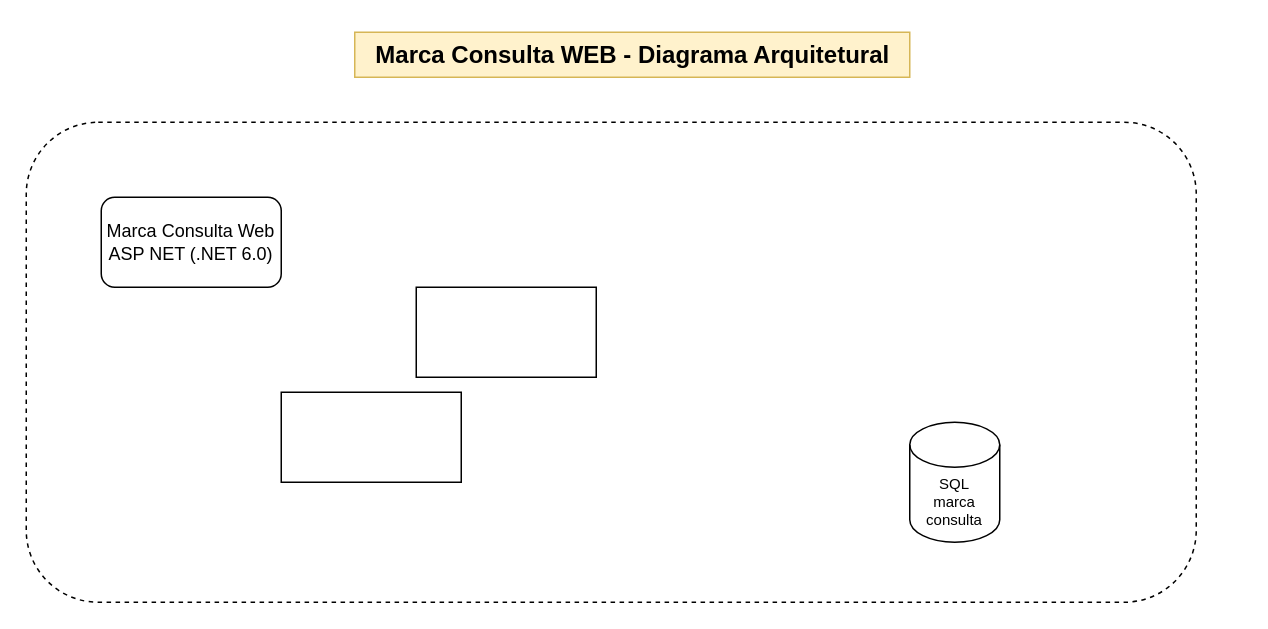
Before: Diagrama sem nome.drawio in everton16/marcaconsulta-web-netcore, a draw.io diagram. Source tidied: cells renumbered, new cells numbered last; positions are measured from the earlier drawing's top-left corner, leaving out a move shared by most shapes. Both pictures are drawn from the tidied source at 150%, with x=0, y=0 at pixel (26, 32).
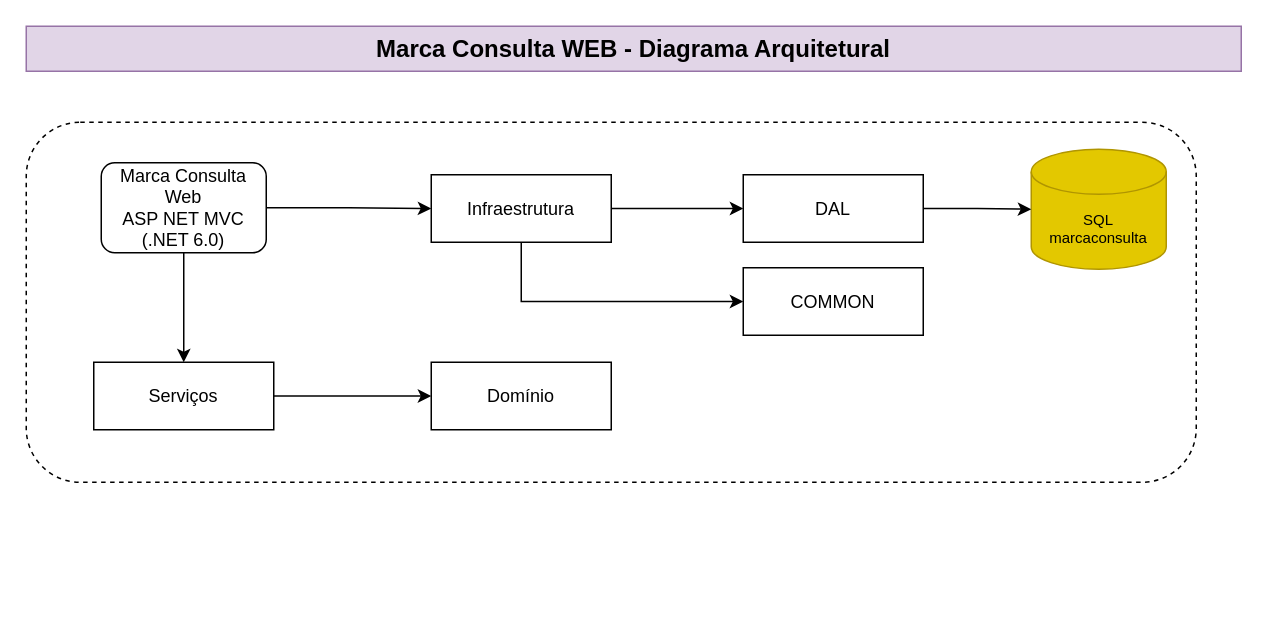
Above is the later version.

Commit message:
Marca Consulta Web - Diagrama Arquitetural

What changed in the source:
```diff
@@
 <mxGraphModel>
   <root>
     <mxCell id="0" />
     <mxCell id="1" parent="0" />
     <mxCell id="2" style="rounded=1;whiteSpace=wrap;html=1;dashed=1;" parent="1" vertex="1">
-      <mxGeometry y="60" width="780" height="320" as="geometry" />
+      <mxGeometry y="60" width="780" height="240" as="geometry" />
     </mxCell>
+    <mxCell id="8" style="edgeStyle=orthogonalEdgeStyle;rounded=0;jettySize=auto;html=1;" parent="1" edge="1" source="3" target="16">
+      <mxGeometry relative="1" as="geometry" />
+    </mxCell>
+    <mxCell id="9" style="edgeStyle=orthogonalEdgeStyle;rounded=0;jettySize=auto;html=1;" parent="1" edge="1" source="3" target="6">
+      <mxGeometry relative="1" as="geometry" />
+    </mxCell>
-    <mxCell id="3" value="Marca Consulta Web&lt;br&gt;ASP NET (.NET 6.0)" style="rounded=1;whiteSpace=wrap;html=1;" parent="1" vertex="1">
-      <mxGeometry x="50" y="110" width="120" height="60" as="geometry" />
+    <mxCell id="3" value="Marca Consulta Web&lt;br&gt;ASP NET MVC (.NET 6.0)" style="rounded=1;whiteSpace=wrap;html=1;" parent="1" vertex="1">
+      <mxGeometry x="50" y="87" width="110" height="60" as="geometry" />
     </mxCell>
+    <mxCell id="5" value="SQL&lt;br style=&quot;font-size: 10px;&quot;&gt;marcaconsulta" style="shape=cylinder3;whiteSpace=wrap;html=1;boundedLbl=1;backgroundOutline=1;size=15;fontSize=10;fillColor=#e3c800;fontColor=#000000;strokeColor=#B09500;" parent="1" vertex="1">
+      <mxGeometry x="670" y="78" width="90" height="80" as="geometry" />
+    </mxCell>
+    <mxCell id="10" style="edgeStyle=orthogonalEdgeStyle;rounded=0;jettySize=auto;html=1;" parent="1" edge="1" source="6" target="12">
+      <mxGeometry relative="1" as="geometry" />
+    </mxCell>
+    <mxCell id="6" value="Serviços" style="rounded=0;whiteSpace=wrap;html=1;" parent="1" vertex="1">
+      <mxGeometry x="45" y="220" width="120" height="45" as="geometry" />
+    </mxCell>
+    <mxCell id="11" style="edgeStyle=orthogonalEdgeStyle;rounded=0;jettySize=auto;html=1;" parent="1" edge="1" source="7" target="5">
+      <mxGeometry relative="1" as="geometry" />
+    </mxCell>
+    <mxCell id="7" value="DAL" style="rounded=0;whiteSpace=wrap;html=1;" parent="1" vertex="1">
+      <mxGeometry x="478" y="95" width="120" height="45" as="geometry" />
+    </mxCell>
-    <mxCell id="4" value="&lt;b style=&quot;font-size: 16px;&quot;&gt;&lt;font style=&quot;font-size: 16px;&quot;&gt;Marca Consulta WEB - Diagrama Arquitetural&lt;/font&gt;&lt;/b&gt;" style="text;html=1;align=center;verticalAlign=middle;strokeColor=#d6b656;fillColor=#fff2cc;fontSize=16;" parent="1" vertex="1">
-      <mxGeometry x="219" width="370" height="30" as="geometry" />
+    <mxCell id="4" value="&lt;b style=&quot;border-color: var(--border-color); font-size: 16px;&quot;&gt;Marca Consulta WEB - Diagrama Arquitetural&lt;/b&gt;" style="rounded=0;whiteSpace=wrap;html=1;fillColor=#e1d5e7;strokeColor=#9673a6;" parent="1" vertex="1">
+      <mxGeometry y="-4" width="810" height="30" as="geometry" />
     </mxCell>
-    <mxCell id="5" value="SQL&lt;br style=&quot;font-size: 10px;&quot;&gt;marca consulta" style="shape=cylinder3;whiteSpace=wrap;html=1;boundedLbl=1;backgroundOutline=1;size=15;fontSize=10;" parent="1" vertex="1">
-      <mxGeometry x="589" y="260" width="60" height="80" as="geometry" />
-    </mxCell>
-    <mxCell id="6" style="rounded=0;whiteSpace=wrap;html=1;" parent="1" vertex="1">
-      <mxGeometry x="170" y="240" width="120" height="60" as="geometry" />
-    </mxCell>
-    <mxCell id="7" style="rounded=0;whiteSpace=wrap;html=1;" parent="1" vertex="1">
-      <mxGeometry x="260" y="170" width="120" height="60" as="geometry" />
-    </mxCell>
+    <mxCell id="12" value="Domínio" style="rounded=0;whiteSpace=wrap;html=1;" parent="1" vertex="1">
+      <mxGeometry x="270" y="220" width="120" height="45" as="geometry" />
+    </mxCell>
+    <mxCell id="13" value="COMMON" style="rounded=0;whiteSpace=wrap;html=1;" parent="1" vertex="1">
+      <mxGeometry x="478" y="157" width="120" height="45" as="geometry" />
+    </mxCell>
+    <mxCell id="14" style="edgeStyle=orthogonalEdgeStyle;rounded=0;jettySize=auto;html=1;entryX=0;entryY=0.5;entryDx=0;entryDy=0;exitX=0.5;exitY=1;exitDx=0;exitDy=0;" parent="1" edge="1" source="16" target="13">
+      <mxGeometry relative="1" as="geometry" />
+    </mxCell>
+    <mxCell id="15" style="edgeStyle=orthogonalEdgeStyle;rounded=0;jettySize=auto;html=1;entryX=0;entryY=0.5;entryDx=0;entryDy=0;" parent="1" edge="1" source="16" target="7">
+      <mxGeometry relative="1" as="geometry" />
+    </mxCell>
+    <mxCell id="16" value="Infraestrutura" style="rounded=0;whiteSpace=wrap;html=1;" parent="1" vertex="1">
+      <mxGeometry x="270" y="95" width="120" height="45" as="geometry" />
+    </mxCell>
   </root>
 </mxGraphModel>
```
